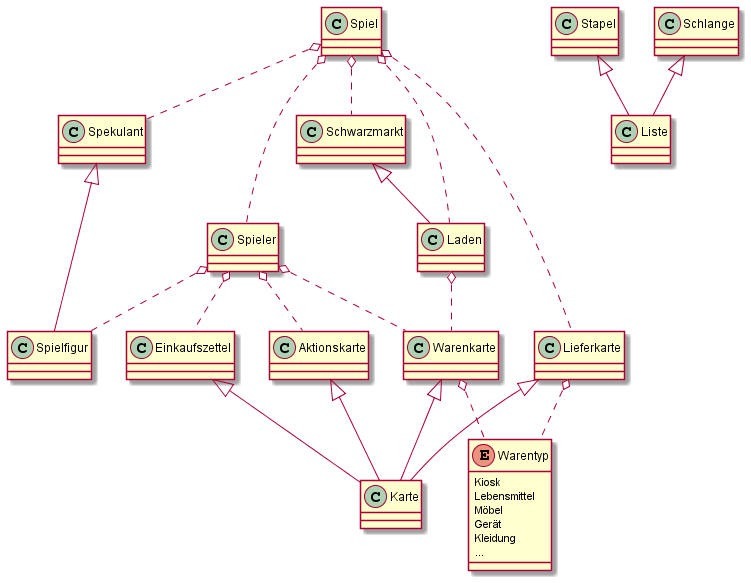
Earlier version of the PlantUML export docs/diagrams/out/architecture_overview/architecture_overview.png (Robintobin/Kolejka). Source of this version:
```plantuml
@startuml
class Spiel
class Spieler
class Spekulant
class Spielfigur
class Liste
class Stapel
class Schlange
class Karte
class Einkaufszettel
class Warenkarte
class Lieferkarte
class Aktionskarte
class Laden
class Schwarzmarkt
enum Warentyp {
    Kiosk
    Lebensmittel
    Möbel
    Gerät
    Kleidung
    ...
}


Spiel o.. Spieler
Spieler o.. Spielfigur
Spekulant <|-- Spielfigur
Spiel o.. Spekulant

Stapel <|-- Liste
Schlange <|-- Liste

Einkaufszettel <|-- Karte
Warenkarte <|-- Karte
Lieferkarte <|-- Karte
Aktionskarte <|-- Karte

Schwarzmarkt <|-- Laden

Warenkarte o.. Warentyp
Lieferkarte o.. Warentyp

Spieler o.. Einkaufszettel
Spieler o.. Aktionskarte
Spieler o.. Warenkarte

Spiel o.. Lieferkarte
Spiel o.. Laden
Spiel o.. Schwarzmarkt

Laden o.. Warenkarte
@enduml
```
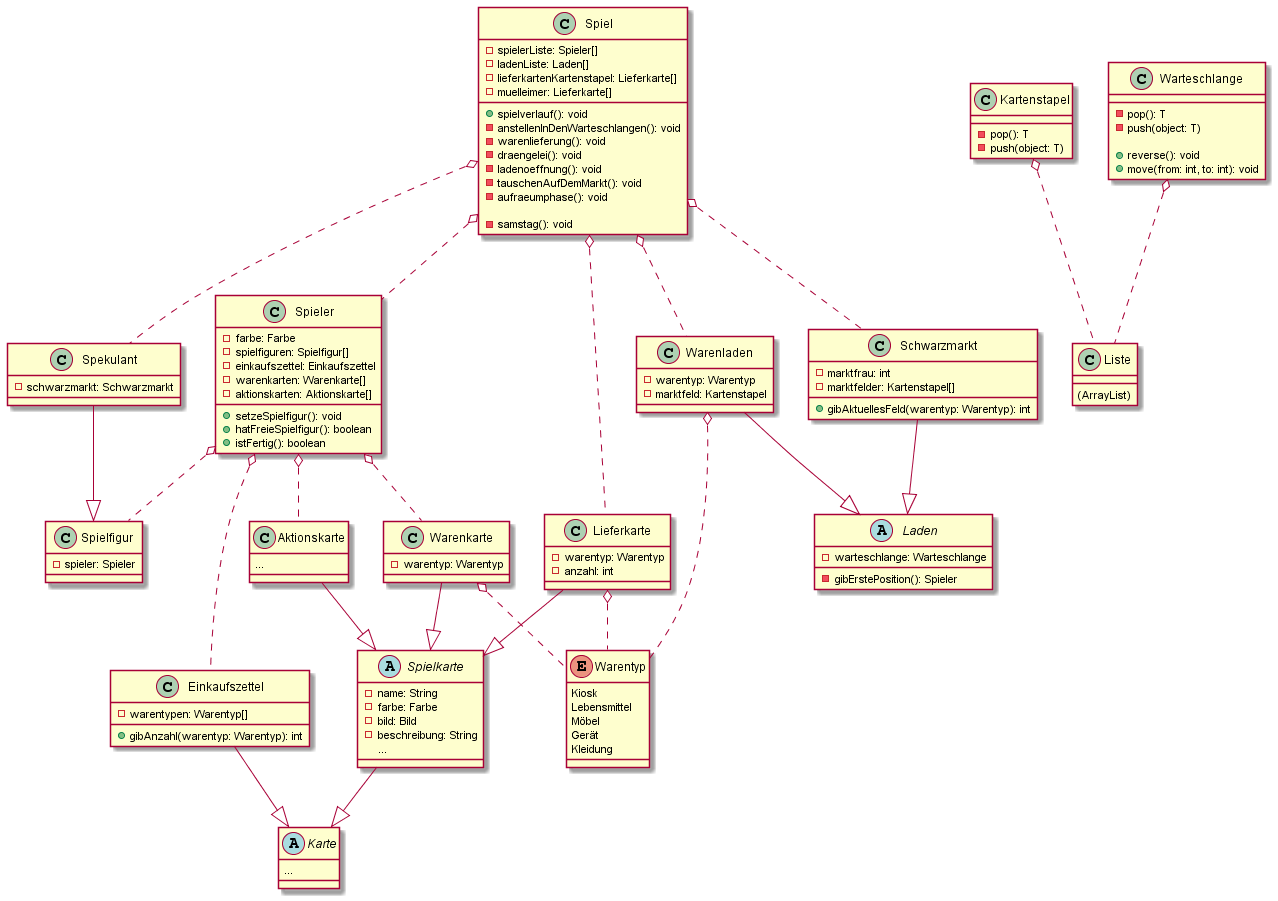
The same diagram one commit later.

Change to the diagram source:
```diff
@@ -1,42 +1,138 @@
 @startuml
+
 class Spiel
 class Spieler
 class Spekulant
 class Spielfigur
 class Liste
-class Stapel
-class Schlange
+class Kartenstapel
+class Warteschlange
 class Karte
 class Einkaufszettel
 class Warenkarte
 class Lieferkarte
 class Aktionskarte
 class Laden
+class Warenladen
 class Schwarzmarkt
+enum Warentyp
+
+class Spiel {
+    -spielerListe: Spieler[]
+    -ladenListe: Laden[]
+    -lieferkartenKartenstapel: Lieferkarte[]
+    -muelleimer: Lieferkarte[]
+
+    +spielverlauf(): void
+    -anstellenInDenWarteschlangen(): void
+    -warenlieferung(): void
+    -draengelei(): void
+    -ladenoeffnung(): void
+    -tauschenAufDemMarkt(): void
+    -aufraeumphase(): void
+
+    -samstag(): void
+}
+
+class Spieler {
+    -farbe: Farbe
+    -spielfiguren: Spielfigur[]
+    -einkaufszettel: Einkaufszettel
+    -warenkarten: Warenkarte[]
+    -aktionskarten: Aktionskarte[]
+
+    +setzeSpielfigur(): void
+    +hatFreieSpielfigur(): boolean
+    +istFertig(): boolean
+}
+
+class Spekulant {
+    -schwarzmarkt: Schwarzmarkt
+}
+class Spielfigur {
+    -spieler: Spieler
+}
+class Liste {
+    (ArrayList)
+}
+class Kartenstapel {
+    -pop(): T
+    -push(object: T)
+}
+class Warteschlange {
+    -pop(): T
+    -push(object: T)
+
+    +reverse(): void
+    +move(from: int, to: int): void
+}
+abstract class Karte {
+    ...
+}
+
+abstract class Spielkarte {
+    -name: String
+    -farbe: Farbe
+    -bild: Bild
+    -beschreibung: String
+    ...
+}
+
+class Einkaufszettel {
+    -warentypen: Warentyp[]
+
+    +gibAnzahl(warentyp: Warentyp): int
+}
+class Warenkarte {
+    -warentyp: Warentyp
+}
+class Lieferkarte {
+    -warentyp: Warentyp
+    -anzahl: int
+}
+class Aktionskarte {
+    ...
+}
+abstract class Laden {
+    -warteschlange: Warteschlange
+    -gibErstePosition(): Spieler
+
+}
+class Warenladen {
+    -warentyp: Warentyp
+    -marktfeld: Kartenstapel
+
+}
+class Schwarzmarkt {
+    -marktfrau: int
+    -marktfelder: Kartenstapel[]
+
+    +gibAktuellesFeld(warentyp: Warentyp): int
+}
 enum Warentyp {
     Kiosk
     Lebensmittel
     Möbel
     Gerät
     Kleidung
-    ...
 }
-
 
 Spiel o.. Spieler
 Spieler o.. Spielfigur
-Spekulant <|-- Spielfigur
+Spekulant --|> Spielfigur
 Spiel o.. Spekulant
 
-Stapel <|-- Liste
-Schlange <|-- Liste
+Kartenstapel o.. Liste
+Warteschlange o.. Liste
 
-Einkaufszettel <|-- Karte
-Warenkarte <|-- Karte
-Lieferkarte <|-- Karte
-Aktionskarte <|-- Karte
+Einkaufszettel --|> Karte
+Spielkarte --|> Karte
+Warenkarte --|> Spielkarte
+Lieferkarte --|> Spielkarte
+Aktionskarte --|> Spielkarte
 
-Schwarzmarkt <|-- Laden
+Schwarzmarkt --|> Laden
+Warenladen --|> Laden
 
 Warenkarte o.. Warentyp
 Lieferkarte o.. Warentyp
@@ -46,8 +142,8 @@
 Spieler o.. Warenkarte
 
 Spiel o.. Lieferkarte
-Spiel o.. Laden
+Spiel o.. Warenladen
 Spiel o.. Schwarzmarkt
 
-Laden o.. Warenkarte
+Warenladen o.. Warentyp
 @enduml
```
